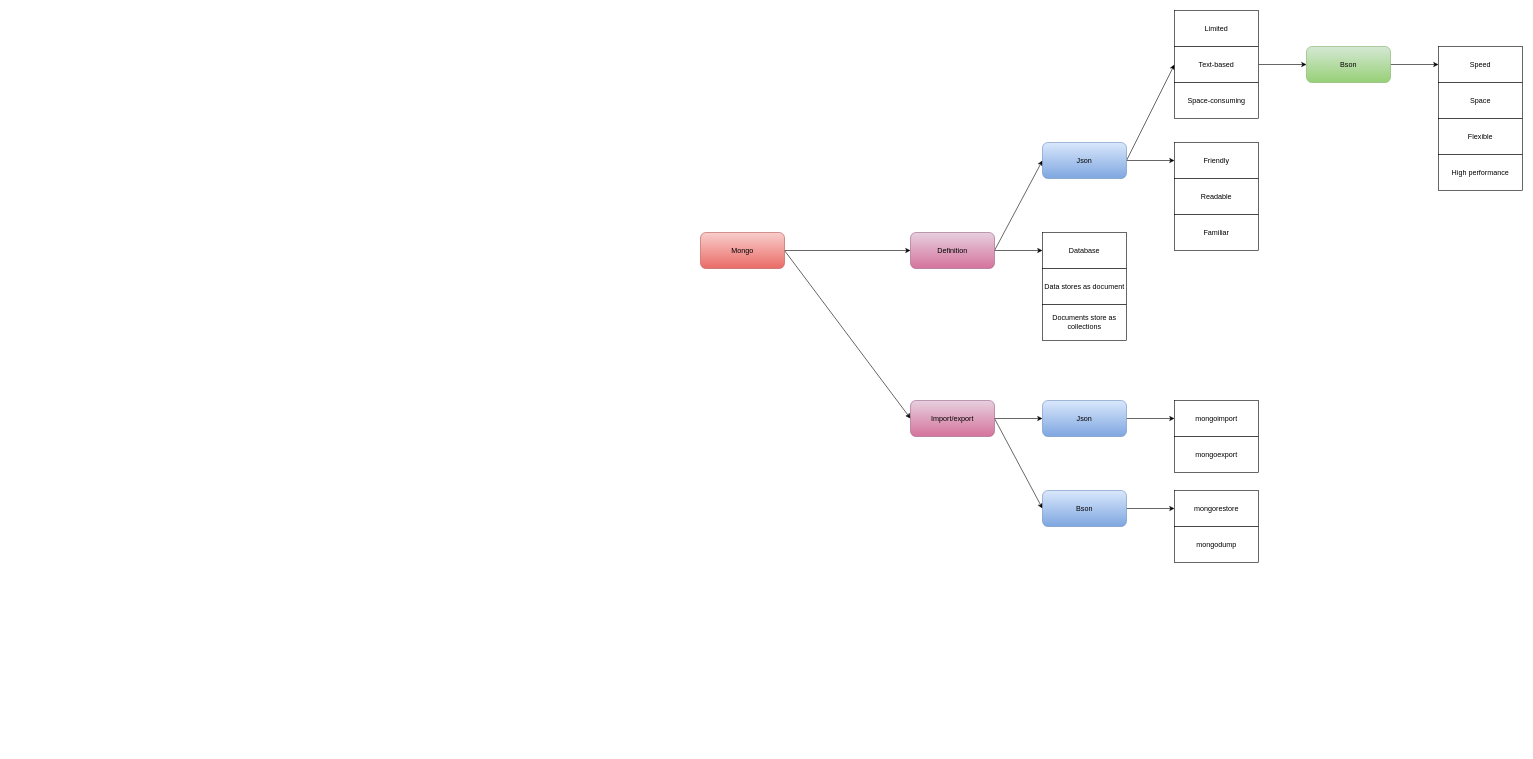
Earlier version of the draw.io diagram mongodb.drawio (hoanglechanhtu/mongo). Source tidied: cells renumbered, new cells numbered last; positions are measured from the earlier drawing's top-left corner, leaving out a move shared by most shapes. Both pictures are drawn from the tidied source at 60%, with x=0, y=0 at pixel (700, 10).
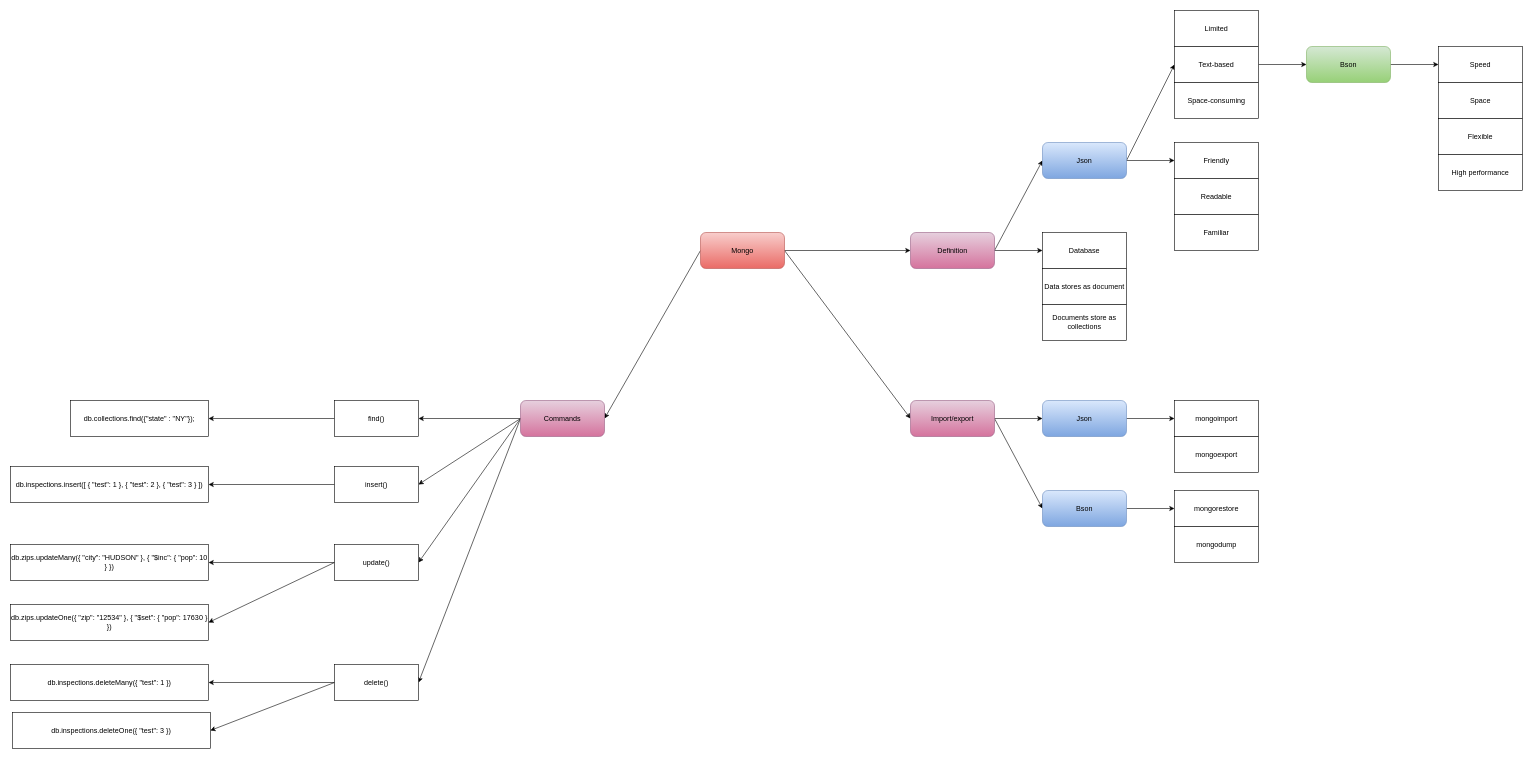
Above is the later version.

Unchanged cells that the change refers to:
```xml
<mxCell id="4" value="Mongo" style="rounded=1;whiteSpace=wrap;html=1;gradientColor=#ea6b66;fillColor=#f8cecc;strokeColor=#b85450;" parent="1" vertex="1">
  <mxGeometry y="370" width="140" height="60" as="geometry" />
</mxCell>
```

Change to the diagram source:
```diff
@@
+    <mxCell id="38" style="edgeStyle=none;rounded=0;jettySize=auto;html=1;exitX=0;exitY=0.5;exitDx=0;exitDy=0;entryX=1;entryY=0.5;entryDx=0;entryDy=0;" parent="1" edge="1" source="4" target="43">
+      <mxGeometry relative="1" as="geometry" />
+    </mxCell>
@@
+    <mxCell id="39" style="edgeStyle=none;rounded=0;jettySize=auto;html=1;" parent="1" edge="1" source="43" target="45">
+      <mxGeometry relative="1" as="geometry" />
+    </mxCell>
+    <mxCell id="40" style="edgeStyle=none;rounded=0;jettySize=auto;html=1;exitX=0;exitY=0.5;exitDx=0;exitDy=0;entryX=1;entryY=0.5;entryDx=0;entryDy=0;fontFamily=Verdana;" parent="1" edge="1" source="43" target="48">
+      <mxGeometry relative="1" as="geometry" />
+    </mxCell>
+    <mxCell id="41" style="edgeStyle=none;rounded=0;jettySize=auto;html=1;exitX=0;exitY=0.5;exitDx=0;exitDy=0;entryX=1;entryY=0.5;entryDx=0;entryDy=0;fontFamily=Verdana;" parent="1" edge="1" source="43" target="52">
+      <mxGeometry relative="1" as="geometry" />
+    </mxCell>
+    <mxCell id="42" style="edgeStyle=none;rounded=0;jettySize=auto;html=1;exitX=0;exitY=0.5;exitDx=0;exitDy=0;entryX=1;entryY=0.5;entryDx=0;entryDy=0;fontFamily=Verdana;" parent="1" edge="1" source="43" target="57">
+      <mxGeometry relative="1" as="geometry" />
+    </mxCell>
+    <mxCell id="43" value="Commands" style="rounded=1;whiteSpace=wrap;html=1;gradientColor=#d5739d;fillColor=#e6d0de;strokeColor=#996185;" parent="1" vertex="1">
+      <mxGeometry x="-300" y="650" width="140" height="60" as="geometry" />
+    </mxCell>
+    <mxCell id="44" style="edgeStyle=none;rounded=0;jettySize=auto;html=1;" parent="1" edge="1" source="45" target="46">
+      <mxGeometry relative="1" as="geometry" />
+    </mxCell>
+    <mxCell id="45" value="find()" style="rounded=0;whiteSpace=wrap;html=1;" parent="1" vertex="1">
+      <mxGeometry x="-610" y="650" width="140" height="60" as="geometry" />
+    </mxCell>
+    <mxCell id="46" value="db.collections.find({&quot;state&quot; : &quot;NY&quot;});" style="rounded=0;whiteSpace=wrap;html=1;" parent="1" vertex="1">
+      <mxGeometry x="-1050" y="650" width="230" height="60" as="geometry" />
+    </mxCell>
+    <mxCell id="47" style="edgeStyle=none;rounded=0;jettySize=auto;html=1;entryX=1;entryY=0.5;entryDx=0;entryDy=0;" parent="1" edge="1" source="48" target="49">
+      <mxGeometry relative="1" as="geometry" />
+    </mxCell>
+    <mxCell id="48" value="insert()" style="rounded=0;whiteSpace=wrap;html=1;" parent="1" vertex="1">
+      <mxGeometry x="-610" y="760" width="140" height="60" as="geometry" />
+    </mxCell>
+    <mxCell id="49" value="db.inspections.insert([ { &quot;test&quot;: 1 }, { &quot;test&quot;: 2 }, { &quot;test&quot;: 3 } ])" style="rounded=0;whiteSpace=wrap;html=1;" parent="1" vertex="1">
+      <mxGeometry x="-1150" y="760" width="330" height="60" as="geometry" />
+    </mxCell>
+    <mxCell id="50" style="edgeStyle=none;rounded=0;jettySize=auto;html=1;fontFamily=Verdana;" parent="1" edge="1" source="52" target="53">
+      <mxGeometry relative="1" as="geometry" />
+    </mxCell>
+    <mxCell id="51" style="edgeStyle=none;rounded=0;jettySize=auto;html=1;exitX=0;exitY=0.5;exitDx=0;exitDy=0;entryX=1;entryY=0.5;entryDx=0;entryDy=0;fontFamily=Verdana;" parent="1" edge="1" source="52" target="54">
+      <mxGeometry relative="1" as="geometry" />
+    </mxCell>
+    <mxCell id="52" value="update()" style="rounded=0;whiteSpace=wrap;html=1;" parent="1" vertex="1">
+      <mxGeometry x="-610" y="890" width="140" height="60" as="geometry" />
+    </mxCell>
+    <mxCell id="53" value="db.zips.updateMany({ &quot;city&quot;: &quot;HUDSON&quot; }, { &quot;$inc&quot;: { &quot;pop&quot;: 10 } })" style="rounded=0;whiteSpace=wrap;html=1;" parent="1" vertex="1">
+      <mxGeometry x="-1150" y="890" width="330" height="60" as="geometry" />
+    </mxCell>
+    <mxCell id="54" value="db.zips.updateOne({ &quot;zip&quot;: &quot;12534&quot; }, { &quot;$set&quot;: { &quot;pop&quot;: 17630 } })" style="rounded=0;whiteSpace=wrap;html=1;" parent="1" vertex="1">
+      <mxGeometry x="-1150" y="990" width="330" height="60" as="geometry" />
+    </mxCell>
+    <mxCell id="55" style="edgeStyle=none;rounded=0;jettySize=auto;html=1;entryX=1;entryY=0.5;entryDx=0;entryDy=0;fontFamily=Verdana;" parent="1" edge="1" source="57" target="58">
+      <mxGeometry relative="1" as="geometry" />
+    </mxCell>
+    <mxCell id="56" style="edgeStyle=none;rounded=0;jettySize=auto;html=1;exitX=0;exitY=0.5;exitDx=0;exitDy=0;entryX=1;entryY=0.5;entryDx=0;entryDy=0;fontFamily=Verdana;" parent="1" edge="1" source="57" target="59">
+      <mxGeometry relative="1" as="geometry" />
+    </mxCell>
+    <mxCell id="57" value="delete()" style="rounded=0;whiteSpace=wrap;html=1;" parent="1" vertex="1">
+      <mxGeometry x="-610" y="1090" width="140" height="60" as="geometry" />
+    </mxCell>
+    <mxCell id="58" value="db.inspections.deleteMany({ &quot;test&quot;: 1 })" style="rounded=0;whiteSpace=wrap;html=1;" parent="1" vertex="1">
+      <mxGeometry x="-1150" y="1090" width="330" height="60" as="geometry" />
+    </mxCell>
+    <mxCell id="59" value="db.inspections.deleteOne({ &quot;test&quot;: 3 })" style="rounded=0;whiteSpace=wrap;html=1;" parent="1" vertex="1">
+      <mxGeometry x="-1147" y="1170" width="330" height="60" as="geometry" />
+    </mxCell>
```
